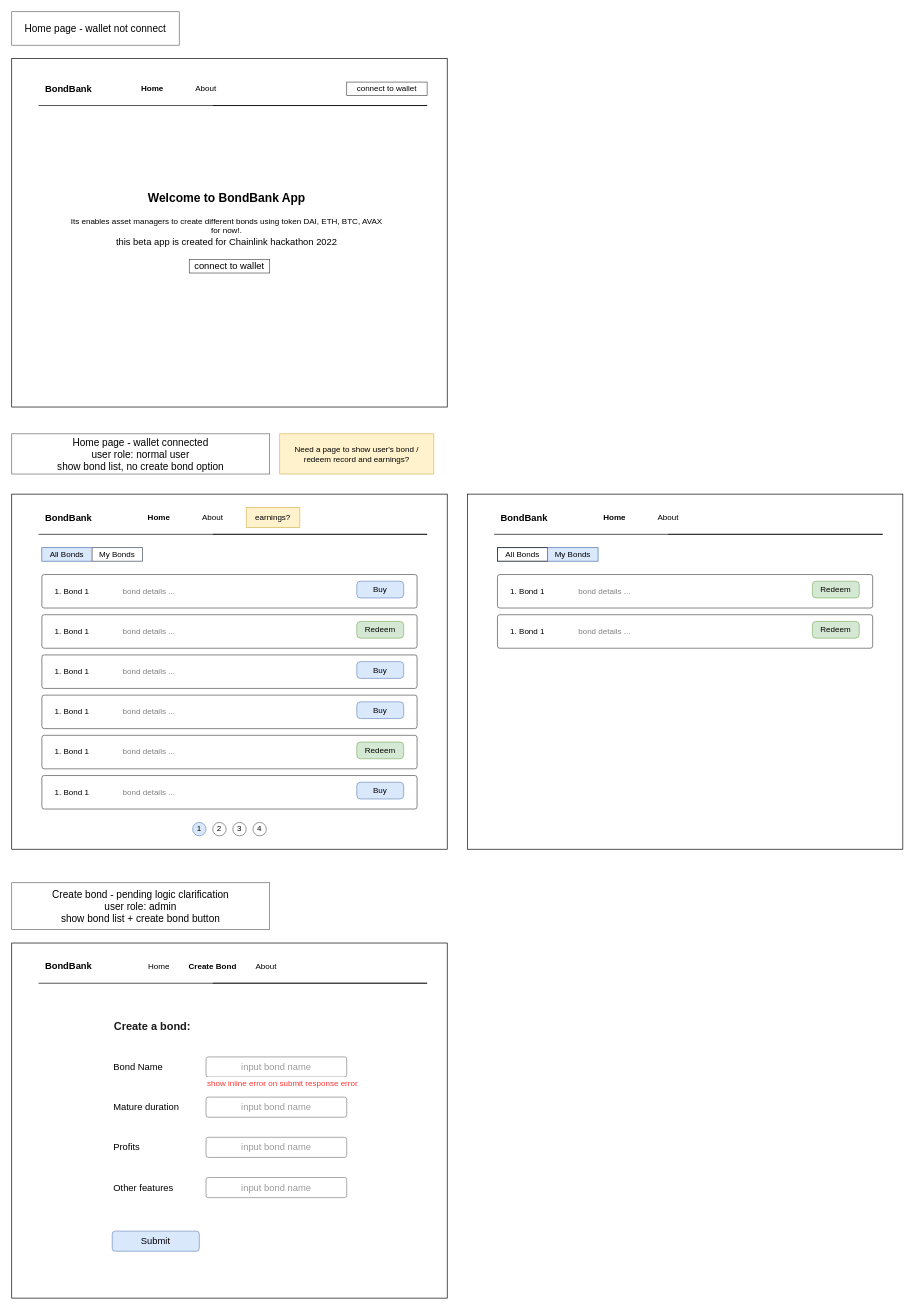
The draw.io diagram page "List View" (4 of 4) of Untitled Diagram.drawio in levblanc/bond-bank-ux, before the edit. Source tidied: cells renumbered, new cells numbered last; positions are measured from the earlier drawing's top-left corner, leaving out a move shared by most shapes. Both pictures are drawn from the tidied source at 67%, with x=0, y=0 at pixel (11, 11).
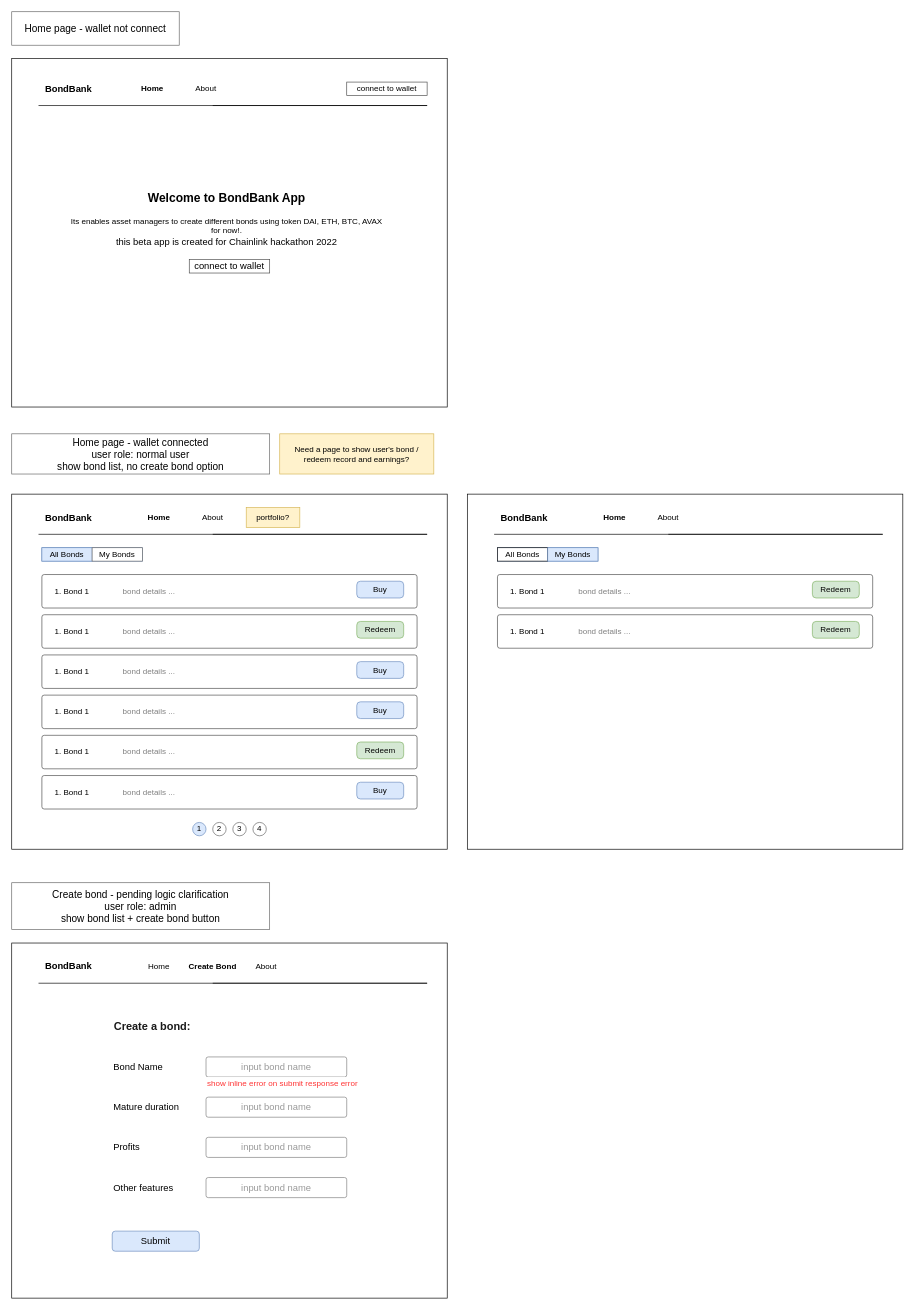
Above is the later version.

Unchanged cells that the change refers to:
```xml
<mxCell id="20" style="group;" parent="1" vertex="1">
  <mxGeometry y="720" width="650" height="530" as="geometry" />
</mxCell>
```

Change to the diagram source:
```diff
@@
-    <mxCell id="66" value="&lt;font&gt;earnings?&lt;/font&gt;" style="rounded=0;whiteSpace=wrap;html=1;strokeColor=#d6b656;fontFamily=Helvetica;fontSize=12;fillColor=#fff2cc;" parent="20" vertex="1">
+    <mxCell id="66" value="&lt;font&gt;portfolio?&lt;/font&gt;" style="rounded=0;whiteSpace=wrap;html=1;strokeColor=#d6b656;fontFamily=Helvetica;fontSize=12;fillColor=#fff2cc;" parent="20" vertex="1">
       <mxGeometry x="350" y="20" width="80" height="30" as="geometry" />
     </mxCell>
```
